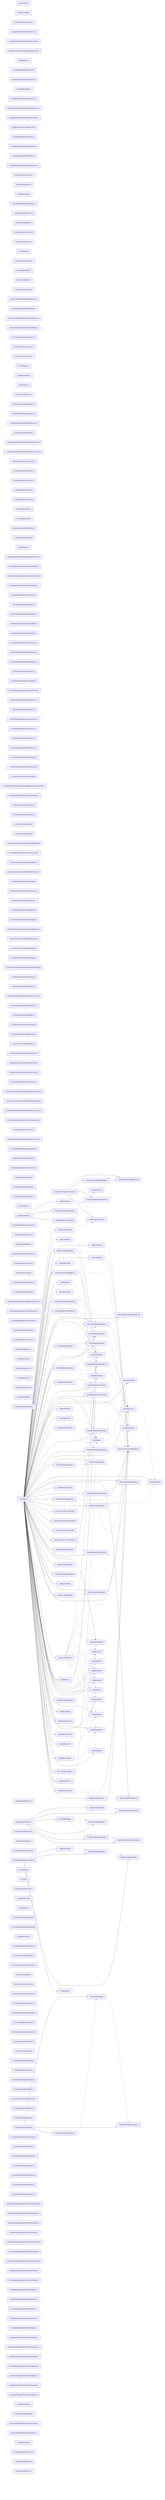
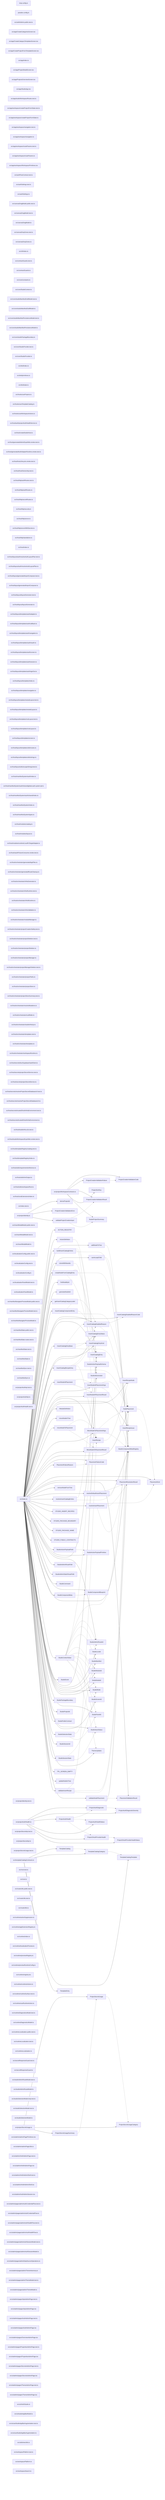
graph LR
  module_knip_config_ts["knip.config.ts"]
  module_paradox_config_ts["paradox.config.ts"]
  module_src_ankhAdmin_public_test_ts["src/ankhAdmin.public.test.ts"]
  module_src_app_CreateCategoriesScreen_tsx["src/app/CreateCategoriesScreen.tsx"]
  module_src_app_CreateCategoryTemplatesScreen_tsx["src/app/CreateCategoryTemplatesScreen.tsx"]
  module_src_app_CreateProjectFromTemplateScreen_tsx["src/app/CreateProjectFromTemplateScreen.tsx"]
  module_src_app_index_ts["src/app/index.ts"]
  module_src_app_ProjectDetailScreen_tsx["src/app/ProjectDetailScreen.tsx"]
  module_src_app_ProjectsOverviewScreen_tsx["src/app/ProjectsOverviewScreen.tsx"]
  module_src_app_StudioApp_tsx["src/app/StudioApp.tsx"]
  module_src_app_studioWorkspaceRoutes_test_ts["src/app/studioWorkspaceRoutes.test.ts"]
  module_src_app_workspace_createProjectFormState_test_ts["src/app/workspace/createProjectFormState.test.ts"]
  module_src_app_workspace_createProjectFormState_ts["src/app/workspace/createProjectFormState.ts"]
  module_src_app_workspace_navigation_test_ts["src/app/workspace/navigation.test.ts"]
  module_src_app_workspace_navigation_ts["src/app/workspace/navigation.ts"]
  module_src_app_workspace_routeParams_test_ts["src/app/workspace/routeParams.test.ts"]
  module_src_app_workspace_routeParams_ts["src/app/workspace/routeParams.ts"]
  module_src_app_workspace_WorkspacePrimitives_tsx["src/app/workspace/WorkspacePrimitives.tsx"]
  module_src_authFlowContract_test_ts["src/authFlowContract.test.ts"]
  module_src_authSettings_test_ts["src/authSettings.test.ts"]
  module_src_authSettings_ts["src/authSettings.ts"]
  module_src_canvasDragModel_public_test_ts["src/canvasDragModel.public.test.ts"]
  module_src_canvasDragModel_test_ts["src/canvasDragModel.test.ts"]
  module_src_canvasDragModel_ts["src/canvasDragModel.ts"]
  module_src_canvasDropZones_test_ts["src/canvasDropZones.test.ts"]
  module_src_canvasDropZones_ts["src/canvasDropZones.ts"]
  module_src_cli_index_ts["src/cli/index.ts"]
  module_src_contractGuards_test_ts["src/contractGuards.test.ts"]
  module_src_contractGuards_ts["src/contractGuards.ts"]
  module_src_core_constants_ts["src/core/constants.ts"]
  module_src_core_StudioContext_ts["src/core/StudioContext.ts"]
  module_src_core_studioManifestDraftModel_test_ts["src/core/studioManifestDraftModel.test.ts"]
  module_src_core_studioManifestDraftModel_ts["src/core/studioManifestDraftModel.ts"]
  module_src_core_studioManifestPersistenceModel_test_ts["src/core/studioManifestPersistenceModel.test.ts"]
  module_src_core_studioManifestPersistenceModel_ts["src/core/studioManifestPersistenceModel.ts"]
  module_src_core_studioPackageBoundary_ts["src/core/studioPackageBoundary.ts"]
  module_src_core_StudioProvider_test_ts["src/core/StudioProvider.test.ts"]
  module_src_core_StudioProvider_ts["src/core/StudioProvider.ts"]
  module_src_dnd_index_ts["src/dnd/index.ts"]
  module_src_dnd_primitives_ts["src/dnd/primitives.ts"]
  module_src_dnd_state_ts["src/dnd/state.ts"]
  module_src_hooks_useProjects_ts["src/hooks/useProjects.ts"]
  module_src_hooks_useTemplateCatalog_ts["src/hooks/useTemplateCatalog.ts"]
  module_src_hooks_useWorkspaceActions_ts["src/hooks/useWorkspaceActions.ts"]
  module_src_host_auth_projectAuthHealthService_ts["src/host/auth/projectAuthHealthService.ts"]
  module_src_host_createStudioHost_ts["src/host/createStudioHost.ts"]
  module_src_host_generatedAdminExpoWeb_smoke_test_ts["src/host/generatedAdminExpoWeb.smoke.test.ts"]
  module_src_host_generatedAuthAdapterRuntime_smoke_test_ts["src/host/generatedAuthAdapterRuntime.smoke.test.ts"]
  module_src_host_hostLifecycle_smoke_test_ts["src/host/hostLifecycle.smoke.test.ts"]
  module_src_host_hostOwnership_test_ts["src/host/hostOwnership.test.ts"]
  module_src_host_http_authRoutes_test_ts["src/host/http/authRoutes.test.ts"]
  module_src_host_http_authRoutes_ts["src/host/http/authRoutes.ts"]
  module_src_host_http_secretRoutes_ts["src/host/http/secretRoutes.ts"]
  module_src_host_http_security_ts["src/host/http/security.ts"]
  module_src_host_http_server_ts["src/host/http/server.ts"]
  module_src_host_http_serverWithSecrets_ts["src/host/http/serverWithSecrets.ts"]
  module_src_host_http_standalone_ts["src/host/http/standalone.ts"]
  module_src_host_index_ts["src/host/index.ts"]
  module_src_host_layout_auth_resolveAuthLayoutPlan_test_ts["src/host/layout/auth/resolveAuthLayoutPlan.test.ts"]
  module_src_host_layout_auth_resolveAuthLayoutPlan_ts["src/host/layout/auth/resolveAuthLayoutPlan.ts"]
  module_src_host_layout_generatedImportComposer_test_ts["src/host/layout/generatedImportComposer.test.ts"]
  module_src_host_layout_generatedImportComposer_ts["src/host/layout/generatedImportComposer.ts"]
  module_src_host_layout_layoutGenerator_test_ts["src/host/layout/layoutGenerator.test.ts"]
  module_src_host_layout_layoutGenerator_ts["src/host/layout/layoutGenerator.ts"]
  module_src_host_layout_templates_auth_adapter_ts["src/host/layout/templates/auth/adapter.ts"]
  module_src_host_layout_templates_auth_callback_ts["src/host/layout/templates/auth/callback.ts"]
+   module_src_host_layout_templates_auth_navigation_ts["src/host/layout/templates/auth/navigation.ts"]
  module_src_host_layout_templates_auth_oauth_ts["src/host/layout/templates/auth/oauth.ts"]
  module_src_host_layout_templates_auth_screen_ts["src/host/layout/templates/auth/screen.ts"]
  module_src_host_layout_templates_auth_session_ts["src/host/layout/templates/auth/session.ts"]
  module_src_host_layout_templates_auth_signOut_ts["src/host/layout/templates/auth/signOut.ts"]
  module_src_host_layout_templates_index_ts["src/host/layout/templates/index.ts"]
  module_src_host_layout_templates_navigation_ts["src/host/layout/templates/navigation.ts"]
  module_src_host_layout_templates_nestedLayout_test_ts["src/host/layout/templates/nestedLayout.test.ts"]
  module_src_host_layout_templates_nestedLayout_ts["src/host/layout/templates/nestedLayout.ts"]
-   module_src_host_layout_templates_redirect_ts["src/host/layout/templates/redirect.ts"]
  module_src_host_layout_templates_rootLayout_test_ts["src/host/layout/templates/rootLayout.test.ts"]
  module_src_host_layout_templates_rootLayout_ts["src/host/layout/templates/rootLayout.ts"]
  module_src_host_layout_templates_screen_ts["src/host/layout/templates/screen.ts"]
  module_src_host_layout_templates_utils_routes_ts["src/host/layout/templates/utils/routes.ts"]
  module_src_host_layout_templates_utils_strings_ts["src/host/layout/templates/utils/strings.ts"]
  module_src_host_layout_utils_escapeStringLiteral_ts["src/host/layout/utils/escapeStringLiteral.ts"]
  module_src_host_manifestSystem_auth_index_ts["src/host/manifestSystem/auth/index.ts"]
  module_src_host_manifestSystem_auth_shared_global_auth_system_tpl_ts["src/host/manifestSystem/auth/shared/global.auth.system.tpl.ts"]
  module_src_host_manifestSystem_auth_shared_index_ts["src/host/manifestSystem/auth/shared/index.ts"]
  module_src_host_manifestSystem_index_ts["src/host/manifestSystem/index.ts"]
  module_src_host_manifestSystem_types_ts["src/host/manifestSystem/types.ts"]
  module_src_host_modules_catalog_ts["src/host/modules/catalog.ts"]
  module_src_host_modules_layout_ts["src/host/modules/layout.ts"]
  module_src_host_modules_runtime_LocalFsTargetAdapter_ts["src/host/modules/runtime/LocalFsTargetAdapter.ts"]
  module_src_host_oauthFixtureConsumer_smoke_test_ts["src/host/oauthFixtureConsumer.smoke.test.ts"]
  module_src_host_orchestrator_generatedAppFiles_ts["src/host/orchestrator/generatedAppFiles.ts"]
  module_src_host_orchestrator_generatedRouteCleanup_ts["src/host/orchestrator/generatedRouteCleanup.ts"]
  module_src_host_orchestrator_infraGenerator_ts["src/host/orchestrator/infraGenerator.ts"]
  module_src_host_orchestrator_infraRuntime_test_ts["src/host/orchestrator/infraRuntime.test.ts"]
  module_src_host_orchestrator_infraRuntime_ts["src/host/orchestrator/infraRuntime.ts"]
  module_src_host_orchestrator_infraValidation_ts["src/host/orchestrator/infraValidation.ts"]
  module_src_host_orchestrator_moduleManager_ts["src/host/orchestrator/moduleManager.ts"]
  module_src_host_orchestrator_projectCreationSafety_test_ts["src/host/orchestrator/projectCreationSafety.test.ts"]
  module_src_host_orchestrator_projectDeletion_test_ts["src/host/orchestrator/projectDeletion.test.ts"]
  module_src_host_orchestrator_projectDeletion_ts["src/host/orchestrator/projectDeletion.ts"]
  module_src_host_orchestrator_projectManager_ts["src/host/orchestrator/projectManager.ts"]
  module_src_host_orchestrator_projectManagerDeletion_test_ts["src/host/orchestrator/projectManagerDeletion.test.ts"]
  module_src_host_orchestrator_projectPaths_ts["src/host/orchestrator/projectPaths.ts"]
  module_src_host_orchestrator_projectStore_ts["src/host/orchestrator/projectStore.ts"]
  module_src_host_orchestrator_projectStoreSummary_test_ts["src/host/orchestrator/projectStoreSummary.test.ts"]
  module_src_host_orchestrator_resolveMutations_ts["src/host/orchestrator/resolveMutations.ts"]
  module_src_host_orchestrator_scaffolder_ts["src/host/orchestrator/scaffolder.ts"]
  module_src_host_orchestrator_studioInfraUp_ts["src/host/orchestrator/studioInfraUp.ts"]
  module_src_host_orchestrator_templates_test_ts["src/host/orchestrator/templates.test.ts"]
  module_src_host_orchestrator_templates_ts["src/host/orchestrator/templates.ts"]
  module_src_host_orchestrator_workspaceRuntime_ts["src/host/orchestrator/workspaceRuntime.ts"]
  module_src_host_secrets_bunSupabaseVaultClient_ts["src/host/secrets/bunSupabaseVaultClient.ts"]
  module_src_host_secrets_projectSecretService_test_ts["src/host/secrets/projectSecretService.test.ts"]
  module_src_host_secrets_projectSecretService_ts["src/host/secrets/projectSecretService.ts"]
  module_src_host_secrets_resolveProjectSecretDatabaseUrl_test_ts["src/host/secrets/resolveProjectSecretDatabaseUrl.test.ts"]
  module_src_host_secrets_resolveProjectSecretDatabaseUrl_ts["src/host/secrets/resolveProjectSecretDatabaseUrl.ts"]
  module_src_host_secrets_trustedOAuthInfraEnvironment_test_ts["src/host/secrets/trustedOAuthInfraEnvironment.test.ts"]
  module_src_host_secrets_trustedOAuthInfraEnvironment_ts["src/host/secrets/trustedOAuthInfraEnvironment.ts"]
  module_src_host_studioInfra_e2e_test_ts["src/host/studioInfra.e2e.test.ts"]
  module_src_host_studioWorkspaceExpoWeb_smoke_test_ts["src/host/studioWorkspaceExpoWeb.smoke.test.ts"]
  module_src_host_templateRegistry_catalog_test_ts["src/host/templateRegistry/catalog.test.ts"]
  module_src_host_templateRegistry_index_ts["src/host/templateRegistry/index.ts"]
  module_src_host_utils_requirementsInference_ts["src/host/utils/requirementsInference.ts"]
  module_src_host_utils_trimOutput_ts["src/host/utils/trimOutput.ts"]
  module_src_host_utils_workspaceRoot_ts["src/host/utils/workspaceRoot.ts"]
  module_src_host_zoraExtensions_index_ts["src/host/zoraExtensions/index.ts"]
  module_src_index_test_ts["src/index.test.ts"]
  module_src_index_ts["src/index.ts"]
  module_src_insertModalModel_public_test_ts["src/insertModalModel.public.test.ts"]
  module_src_insertModalModel_test_ts["src/insertModalModel.test.ts"]
  module_src_insertModalModel_ts["src/insertModalModel.ts"]
  module_src_localizationConfig_public_test_ts["src/localizationConfig.public.test.ts"]
  module_src_localizationConfig_test_ts["src/localizationConfig.test.ts"]
  module_src_localizationConfig_ts["src/localizationConfig.ts"]
  module_src_localizationPanelModel_test_ts["src/localizationPanelModel.test.ts"]
  module_src_localizationPanelModel_ts["src/localizationPanelModel.ts"]
  module_src_manifestNavigatorPreviewModel_public_test_ts["src/manifestNavigatorPreviewModel.public.test.ts"]
  module_src_manifestNavigatorPreviewModel_test_ts["src/manifestNavigatorPreviewModel.test.ts"]
  module_src_manifestNavigatorPreviewModel_ts["src/manifestNavigatorPreviewModel.ts"]
  module_src_manifestState_public_test_ts["src/manifestState.public.test.ts"]
  module_src_manifestState_routes_test_ts["src/manifestState.routes.test.ts"]
  module_src_manifestState_test_ts["src/manifestState.test.ts"]
  module_src_manifestState_ts["src/manifestState.ts"]
  module_src_manifestSync_test_ts["src/manifestSync.test.ts"]
  module_src_manifestSync_ts["src/manifestSync.ts"]
  module_src_projectAuthApi_test_ts["src/projectAuthApi.test.ts"]
  module_src_projectAuthApi_ts["src/projectAuthApi.ts"]
  module_src_projectAuthHealth_test_ts["src/projectAuthHealth.test.ts"]
  module_src_projectAuthHealth_ts["src/projectAuthHealth.ts"]
  module_src_projectIdentity_test_ts["src/projectIdentity.test.ts"]
  module_src_projectIdentity_ts["src/projectIdentity.ts"]
  module_src_projectSecretApi_test_ts["src/projectSecretApi.test.ts"]
  module_src_projectSecretApi_ts["src/projectSecretApi.ts"]
  module_src_projectSecretUsage_test_ts["src/projectSecretUsage.test.ts"]
  module_src_projectSecretUsage_ts["src/projectSecretUsage.ts"]
  module_src_projectWorkspaceContracts_ts["src/projectWorkspaceContracts.ts"]
  module_src_root_test_ts["src/root.test.ts"]
  module_src_root_ts["src/root.ts"]
  module_src_routeUtils_public_test_ts["src/routeUtils.public.test.ts"]
  module_src_routeUtils_test_ts["src/routeUtils.test.ts"]
  module_src_routeUtils_ts["src/routeUtils.ts"]
  module_src_runtime_actionSuppression_ts["src/runtime/actionSuppression.ts"]
  module_src_runtime_appExtensionRegistry_ts["src/runtime/appExtensionRegistry.ts"]
  module_src_runtime_index_ts["src/runtime/index.ts"]
  module_src_runtime_localizationPreview_ts["src/runtime/localizationPreview.ts"]
  module_src_runtime_previewRegistry_ts["src/runtime/previewRegistry.ts"]
  module_src_runtime_previewRuntimeConfig_ts["src/runtime/previewRuntimeConfig.ts"]
  module_src_runtime_registry_tsx["src/runtime/registry.tsx"]
  module_src_runtime_runtimeActions_ts["src/runtime/runtimeActions.ts"]
  module_src_runtime_runtimeSurface_test_ts["src/runtime/runtimeSurface.test.ts"]
  module_src_runtime_useRuntimeAction_ts["src/runtime/useRuntimeAction.ts"]
  module_src_runtimeDiagnosticsModel_test_ts["src/runtimeDiagnosticsModel.test.ts"]
  module_src_runtimeDiagnosticsModel_ts["src/runtimeDiagnosticsModel.ts"]
  module_src_runtimeLocalization_public_test_ts["src/runtimeLocalization.public.test.ts"]
  module_src_runtimeLocalization_test_ts["src/runtimeLocalization.test.ts"]
  module_src_runtimeLocalization_ts["src/runtimeLocalization.ts"]
  module_src_secretResponseGuard_test_ts["src/secretResponseGuard.test.ts"]
  module_src_secretResponseGuard_ts["src/secretResponseGuard.ts"]
  module_src_studioAdminRouteModel_test_ts["src/studioAdminRouteModel.test.ts"]
  module_src_studioAdminRouteModel_ts["src/studioAdminRouteModel.ts"]
  module_src_studioSelectionModel_knip_test_ts["src/studioSelectionModel.knip.test.ts"]
  module_src_studioSelectionModel_test_ts["src/studioSelectionModel.test.ts"]
  module_src_studioSelectionModel_ts["src/studioSelectionModel.ts"]
  module_src_templateCatalogContracts_ts["src/templateCatalogContracts.ts"]
  module_src_ui_admin_adminPagePrimitives_tsx["src/ui/admin/adminPagePrimitives.tsx"]
  module_src_ui_admin_adminPageUtils_ts["src/ui/admin/adminPageUtils.ts"]
  module_src_ui_admin_AnkhAdminPage_test_ts["src/ui/admin/AnkhAdminPage.test.ts"]
  module_src_ui_admin_AnkhAdminPage_tsx["src/ui/admin/AnkhAdminPage.tsx"]
  module_src_ui_admin_AnkhAdminShell_test_ts["src/ui/admin/AnkhAdminShell.test.ts"]
  module_src_ui_admin_AnkhAdminShell_tsx["src/ui/admin/AnkhAdminShell.tsx"]
  module_src_ui_admin_AuthAdminSession_tsx["src/ui/admin/AuthAdminSession.tsx"]
  module_src_ui_admin_pages_adminAuthCredentialFlow_test_ts["src/ui/admin/pages/adminAuthCredentialFlow.test.ts"]
  module_src_ui_admin_pages_adminAuthCredentialFlow_ts["src/ui/admin/pages/adminAuthCredentialFlow.ts"]
  module_src_ui_admin_pages_adminAuthHealthFlow_test_ts["src/ui/admin/pages/adminAuthHealthFlow.test.ts"]
  module_src_ui_admin_pages_adminAuthHealthFlow_ts["src/ui/admin/pages/adminAuthHealthFlow.ts"]
  module_src_ui_admin_pages_adminAuthSessionModel_test_ts["src/ui/admin/pages/adminAuthSessionModel.test.ts"]
  module_src_ui_admin_pages_adminAuthSessionModel_ts["src/ui/admin/pages/adminAuthSessionModel.ts"]
  module_src_ui_admin_pages_adminDataSourceOperations_ts["src/ui/admin/pages/adminDataSourceOperations.ts"]
  module_src_ui_admin_pages_adminThemeHarmony_ts["src/ui/admin/pages/adminThemeHarmony.ts"]
  module_src_ui_admin_pages_adminThemeModel_test_ts["src/ui/admin/pages/adminThemeModel.test.ts"]
  module_src_ui_admin_pages_adminThemeModel_ts["src/ui/admin/pages/adminThemeModel.ts"]
  module_src_ui_admin_pages_ApisAdminPage_test_ts["src/ui/admin/pages/ApisAdminPage.test.ts"]
  module_src_ui_admin_pages_ApisAdminPage_tsx["src/ui/admin/pages/ApisAdminPage.tsx"]
  module_src_ui_admin_pages_AuthAdminPage_test_ts["src/ui/admin/pages/AuthAdminPage.test.ts"]
  module_src_ui_admin_pages_AuthAdminPage_tsx["src/ui/admin/pages/AuthAdminPage.tsx"]
  module_src_ui_admin_pages_OverviewAdminPage_tsx["src/ui/admin/pages/OverviewAdminPage.tsx"]
  module_src_ui_admin_pages_PropertiesAdminPage_test_ts["src/ui/admin/pages/PropertiesAdminPage.test.ts"]
  module_src_ui_admin_pages_PropertiesAdminPage_tsx["src/ui/admin/pages/PropertiesAdminPage.tsx"]
  module_src_ui_admin_pages_SecretsAdminPage_test_ts["src/ui/admin/pages/SecretsAdminPage.test.ts"]
  module_src_ui_admin_pages_SecretsAdminPage_tsx["src/ui/admin/pages/SecretsAdminPage.tsx"]
  module_src_ui_admin_pages_ThemeAdminPage_test_ts["src/ui/admin/pages/ThemeAdminPage.test.ts"]
  module_src_ui_admin_pages_ThemeAdminPage_tsx["src/ui/admin/pages/ThemeAdminPage.tsx"]
  module_src_ui_AnkhStudio_ts["src/ui/AnkhStudio.ts"]
  module_src_ui_studioAppBarModel_ts["src/ui/studioAppBarModel.ts"]
  module_src_ui_useStudioAppBarAugmentation_test_ts["src/ui/useStudioAppBarAugmentation.test.ts"]
  module_src_ui_useStudioAppBarAugmentation_ts["src/ui/useStudioAppBarAugmentation.ts"]
  module_src_utils_treeUtils_ts["src/utils/treeUtils.ts"]
  module_src_workspacePlatform_test_ts["src/workspacePlatform.test.ts"]
  module_src_workspacePlatform_ts["src/workspacePlatform.ts"]
  module_src_workspaceSearch_ts["src/workspaceSearch.ts"]
  export_ACTION_REGISTRY["ACTION_REGISTRY"]
  module_src_index_ts --> export_ACTION_REGISTRY
  export_ActionDefinition["ActionDefinition"]
  module_src_index_ts --> export_ActionDefinition
  export_ActionDefinition -.-> export_StudioActionPayloadSchema
  export_addNodeToTree["addNodeToTree"]
  module_src_index_ts --> export_addNodeToTree
  export_addNodeToTree -.-> export_StudioComponentMetaRegistry
  export_buildInsertCatalogEntries["buildInsertCatalogEntries"]
  module_src_index_ts --> export_buildInsertCatalogEntries
  export_buildInsertCatalogEntries -.-> export_InsertCatalogEntry
  export_buildInsertCatalogEntries -.-> export_InsertRecipe
  export_buildInsertCatalogEntries -.-> export_StudioComponentMetaRegistry
  export_canAcceptChild["canAcceptChild"]
  module_src_index_ts --> export_canAcceptChild
  export_canAcceptChild -.-> export_StudioComponentMetaRegistry
  export_cloneWithNewIds["cloneWithNewIds"]
  module_src_index_ts --> export_cloneWithNewIds
  export_cloneWithNewIds -.-> export_StudioIdGenerator
  export_createNodeFromCatalogEntry["createNodeFromCatalogEntry"]
  module_src_index_ts --> export_createNodeFromCatalogEntry
  export_createNodeFromCatalogEntry -.-> export_InsertCatalogEntry
  export_createNodeFromCatalogEntry -.-> export_StudioComponentMetaRegistry
  export_createNodeFromCatalogEntry -.-> export_StudioIdGenerator
  export_deriveProjectId["deriveProjectId"]
  module_src_projectIdentity_ts --> export_deriveProjectId
  export_findNodeById["findNodeById"]
  module_src_index_ts --> export_findNodeById
  export_generateStudioId["generateStudioId"]
  module_src_index_ts --> export_generateStudioId
  export_getInsertCatalogCategoryLabel["getInsertCatalogCategoryLabel"]
  module_src_index_ts --> export_getInsertCatalogCategoryLabel
  export_InsertCatalogComponentEntry["InsertCatalogComponentEntry"]
  module_src_index_ts --> export_InsertCatalogComponentEntry
  export_InsertCatalogComponentEntry -.-> export_InsertCatalogDisabledReason
  export_InsertCatalogComponentEntry -.-> export_InsertCatalogEntryStatus
  export_InsertCatalogComponentEntry -.-> export_NodePlacement
  export_InsertCatalogDisabledReason["InsertCatalogDisabledReason"]
  module_src_index_ts --> export_InsertCatalogDisabledReason
  export_InsertCatalogDisabledReason -.-> export_InsertCatalogDisabledReasonCode
  export_InsertCatalogDisabledReason -.-> export_InsertRecipeIssue
  export_InsertCatalogDisabledReasonCode["InsertCatalogDisabledReasonCode"]
  module_src_index_ts --> export_InsertCatalogDisabledReasonCode
  export_InsertCatalogEntry["InsertCatalogEntry"]
  module_src_index_ts --> export_InsertCatalogEntry
  export_InsertCatalogEntryBase["InsertCatalogEntryBase"]
  module_src_index_ts --> export_InsertCatalogEntryBase
  export_InsertCatalogEntryBase -.-> export_InsertCatalogDisabledReason
  export_InsertCatalogEntryBase -.-> export_InsertCatalogEntryKind
  export_InsertCatalogEntryBase -.-> export_InsertCatalogEntryStatus
  export_InsertCatalogEntryBase -.-> export_NodePlacement
  export_InsertCatalogEntryKind["InsertCatalogEntryKind"]
  module_src_index_ts --> export_InsertCatalogEntryKind
  export_InsertCatalogEntryStatus["InsertCatalogEntryStatus"]
  module_src_index_ts --> export_InsertCatalogEntryStatus
  export_InsertCatalogRecipeEntry["InsertCatalogRecipeEntry"]
  module_src_index_ts --> export_InsertCatalogRecipeEntry
  export_InsertCatalogRecipeEntry -.-> export_InsertCatalogDisabledReason
  export_InsertCatalogRecipeEntry -.-> export_InsertCatalogEntryStatus
  export_InsertCatalogRecipeEntry -.-> export_InsertRecipe
  export_InsertCatalogRecipeEntry -.-> export_NodePlacement
  export_insertNodeAtPlacement["insertNodeAtPlacement"]
  module_src_index_ts --> export_insertNodeAtPlacement
  export_insertNodeAtPlacement -.-> export_InsertNodeAtPlacementArgs
  export_insertNodeAtPlacement -.-> export_InsertNodeAtPlacementResult
  export_InsertNodeAtPlacementArgs["InsertNodeAtPlacementArgs"]
  module_src_index_ts --> export_InsertNodeAtPlacementArgs
  export_InsertNodeAtPlacementArgs -.-> export_NodePlacement
  export_InsertNodeAtPlacementArgs -.-> export_StudioComponentMetaRegistry
  export_InsertNodeAtPlacementResult["InsertNodeAtPlacementResult"]
  module_src_index_ts --> export_InsertNodeAtPlacementResult
  export_InsertRecipe["InsertRecipe"]
  module_src_index_ts --> export_InsertRecipe
  export_InsertRecipe -.-> export_InsertRecipeNode
  export_InsertRecipeIssue["InsertRecipeIssue"]
  module_src_index_ts --> export_InsertRecipeIssue
  export_InsertRecipeNode["InsertRecipeNode"]
  module_src_index_ts --> export_InsertRecipeNode
  export_ModuleDefinition["ModuleDefinition"]
  module_src_index_ts --> export_ModuleDefinition
  export_moveNodeInTree["moveNodeInTree"]
  module_src_index_ts --> export_moveNodeInTree
  export_moveNodeToPlacement["moveNodeToPlacement"]
  module_src_index_ts --> export_moveNodeToPlacement
  export_moveNodeToPlacement -.-> export_MoveNodeToPlacementArgs
  export_moveNodeToPlacement -.-> export_MoveNodeToPlacementResult
  export_MoveNodeToPlacementArgs["MoveNodeToPlacementArgs"]
  module_src_index_ts --> export_MoveNodeToPlacementArgs
  export_MoveNodeToPlacementArgs -.-> export_NodePlacement
  export_MoveNodeToPlacementArgs -.-> export_StudioComponentMetaRegistry
  export_MoveNodeToPlacementResult["MoveNodeToPlacementResult"]
  module_src_index_ts --> export_MoveNodeToPlacementResult
  export_NodePlacement["NodePlacement"]
  module_src_index_ts --> export_NodePlacement
  export_NodePlacement -.-> export_PlacementKind
  export_PlacementFailureCode["PlacementFailureCode"]
  module_src_index_ts --> export_PlacementFailureCode
  export_PlacementFailureReason["PlacementFailureReason"]
  module_src_index_ts --> export_PlacementFailureReason
  export_PlacementFailureReason -.-> export_PlacementFailureCode
  export_PlacementKind["PlacementKind"]
  module_src_index_ts --> export_PlacementKind
  export_PlacementResolutionResult["PlacementResolutionResult"]
  module_src_index_ts --> export_PlacementResolutionResult
  export_PlacementValidationResult["PlacementValidationResult"]
  module_src_index_ts --> export_PlacementValidationResult
  export_ProjectAuthDiagnostic["ProjectAuthDiagnostic"]
  module_src_projectAuthHealth_ts --> export_ProjectAuthDiagnostic
  export_ProjectAuthDiagnostic -.-> export_ProjectAuthDiagnosticSeverity
  export_ProjectAuthDiagnosticSeverity["ProjectAuthDiagnosticSeverity"]
  module_src_projectAuthHealth_ts --> export_ProjectAuthDiagnosticSeverity
  export_ProjectAuthHealth["ProjectAuthHealth"]
  module_src_projectAuthHealth_ts --> export_ProjectAuthHealth
  export_ProjectAuthHealth -.-> export_ProjectAuthDiagnostic
  export_ProjectAuthHealth -.-> export_ProjectAuthHealthStatus
  export_ProjectAuthHealth -.-> export_ProjectOAuthProviderHealth
  export_ProjectAuthHealthStatus["ProjectAuthHealthStatus"]
  module_src_projectAuthHealth_ts --> export_ProjectAuthHealthStatus
  export_ProjectCreationValidationCode["ProjectCreationValidationCode"]
  module_src_projectWorkspaceContracts_ts --> export_ProjectCreationValidationCode
  export_ProjectCreationValidationError["ProjectCreationValidationError"]
  module_src_projectIdentity_ts --> export_ProjectCreationValidationError
  export_ProjectCreationValidationFailure["ProjectCreationValidationFailure"]
  module_src_projectWorkspaceContracts_ts --> export_ProjectCreationValidationFailure
  export_ProjectCreationValidationFailure -.-> export_ProjectCreationValidationCode
  export_ProjectCreationValidationResult["ProjectCreationValidationResult"]
  module_src_projectWorkspaceContracts_ts --> export_ProjectCreationValidationResult
  export_ProjectOAuthProviderHealth["ProjectOAuthProviderHealth"]
  module_src_projectAuthHealth_ts --> export_ProjectOAuthProviderHealth
  export_ProjectOAuthProviderHealth -.-> export_ProjectOAuthProviderHealthStatus
  export_ProjectOAuthProviderHealthStatus["ProjectOAuthProviderHealthStatus"]
  module_src_projectAuthHealth_ts --> export_ProjectOAuthProviderHealthStatus
  export_ProjectSecretUsage["ProjectSecretUsage"]
  module_src_projectSecretUsage_ts --> export_ProjectSecretUsage
  export_ProjectSecretUsage -.-> export_ProjectSecretUsageCategory
  export_ProjectSecretUsageCategory["ProjectSecretUsageCategory"]
  module_src_projectSecretUsage_ts --> export_ProjectSecretUsageCategory
  export_ProjectSecretUsageSummary["ProjectSecretUsageSummary"]
  module_src_projectSecretUsage_ts --> export_ProjectSecretUsageSummary
  export_ProjectSecretUsageSummary -.-> export_ProjectSecretUsage
  export_ProjectSortKey["ProjectSortKey"]
  module_src_projectWorkspaceContracts_ts --> export_ProjectSortKey
  export_removeNodeFromTree["removeNodeFromTree"]
  module_src_index_ts --> export_removeNodeFromTree
  export_resolveDefaultInsertPlacement["resolveDefaultInsertPlacement"]
  module_src_index_ts --> export_resolveDefaultInsertPlacement
  export_resolveDefaultInsertPlacement -.-> export_PlacementResolutionResult
  export_resolveDefaultInsertPlacement -.-> export_StudioComponentMetaRegistry
  export_resolveInsertCatalogEntries["resolveInsertCatalogEntries"]
  module_src_index_ts --> export_resolveInsertCatalogEntries
  export_resolveInsertCatalogEntries -.-> export_InsertCatalogEntry
  export_resolveInsertCatalogEntries -.-> export_StudioComponentMetaRegistry
  export_resolveInsertPlacement["resolveInsertPlacement"]
  module_src_index_ts --> export_resolveInsertPlacement
  export_resolveInsertPlacement -.-> export_PlacementKind
  export_resolveInsertPlacement -.-> export_PlacementResolutionResult
  export_resolveInsertPlacement -.-> export_StudioComponentMetaRegistry
  export_STUDIO_INSERT_RECIPES["STUDIO_INSERT_RECIPES"]
  module_src_index_ts --> export_STUDIO_INSERT_RECIPES
  export_STUDIO_PACKAGE_BOUNDARY["STUDIO_PACKAGE_BOUNDARY"]
  module_src_index_ts --> export_STUDIO_PACKAGE_BOUNDARY
  export_STUDIO_PACKAGE_NAME["STUDIO_PACKAGE_NAME"]
  module_src_index_ts --> export_STUDIO_PACKAGE_NAME
  export_STUDIO_PUBLIC_CONTRACTS["STUDIO_PUBLIC_CONTRACTS"]
  module_src_index_ts --> export_STUDIO_PUBLIC_CONTRACTS
  export_StudioActionPayloadField["StudioActionPayloadField"]
  module_src_index_ts --> export_StudioActionPayloadField
  export_StudioActionPayloadField -.-> export_StudioActionPayloadPrimitive
  export_StudioActionPayloadPrimitive["StudioActionPayloadPrimitive"]
  module_src_index_ts --> export_StudioActionPayloadPrimitive
  export_StudioActionPayloadSchema["StudioActionPayloadSchema"]
  module_src_index_ts --> export_StudioActionPayloadSchema
  export_StudioAdminRouteId["StudioAdminRouteId"]
  module_src_index_ts --> export_StudioAdminRouteId
  export_StudioAdminRoutePath["StudioAdminRoutePath"]
  module_src_index_ts --> export_StudioAdminRoutePath
  export_StudioAdminStaticRoutePath["StudioAdminStaticRoutePath"]
  module_src_index_ts --> export_StudioAdminStaticRoutePath
  export_StudioCommand["StudioCommand"]
  module_src_index_ts --> export_StudioCommand
  export_StudioComponentBlueprint["StudioComponentBlueprint"]
  module_src_index_ts --> export_StudioComponentBlueprint
  export_StudioComponentMeta["StudioComponentMeta"]
  module_src_index_ts --> export_StudioComponentMeta
  export_StudioComponentMeta -.-> export_StudioComponentBlueprint
  export_StudioComponentMetaRegistry["StudioComponentMetaRegistry"]
  module_src_index_ts --> export_StudioComponentMetaRegistry
  export_StudioContextValue["StudioContextValue"]
  module_src_index_ts --> export_StudioContextValue
  export_StudioContextValue -.-> export_InsertCatalogEntry
  export_StudioContextValue -.-> export_NodePlacement
  export_StudioContextValue -.-> export_StudioAdminRouteId
  export_StudioContextValue -.-> export_StudioLocale
  export_StudioContextValue -.-> export_StudioManifest
  export_StudioContextValue -.-> export_StudioMode
  export_StudioContextValue -.-> export_StudioModuleId
  export_StudioContextValue -.-> export_StudioNodeId
  export_StudioContextValue -.-> export_StudioPanelId
  export_StudioContextValue -.-> export_StudioSaveStatus
  export_StudioContextValue -.-> export_StudioScreenId
  export_StudioContextValue -.-> export_ThemeUpdates
  export_StudioEvent["StudioEvent"]
  module_src_index_ts --> export_StudioEvent
  export_StudioIdGenerator["StudioIdGenerator"]
  module_src_index_ts --> export_StudioIdGenerator
  export_StudioLocale["StudioLocale"]
  module_src_index_ts --> export_StudioLocale
  export_StudioManifest["StudioManifest"]
  module_src_index_ts --> export_StudioManifest
  export_StudioMode["StudioMode"]
  module_src_index_ts --> export_StudioMode
  export_StudioModuleId["StudioModuleId"]
  module_src_index_ts --> export_StudioModuleId
  export_StudioNodeId["StudioNodeId"]
  module_src_index_ts --> export_StudioNodeId
  export_StudioPackageBoundary["StudioPackageBoundary"]
  module_src_index_ts --> export_StudioPackageBoundary
  export_StudioPanelId["StudioPanelId"]
  module_src_index_ts --> export_StudioPanelId
  export_StudioProjectId["StudioProjectId"]
  module_src_index_ts --> export_StudioProjectId
  export_StudioProjectSummary["StudioProjectSummary"]
  module_src_projectWorkspaceContracts_ts --> export_StudioProjectSummary
  export_StudioPublicContract["StudioPublicContract"]
  module_src_index_ts --> export_StudioPublicContract
  export_StudioSaveStatus["StudioSaveStatus"]
  module_src_index_ts --> export_StudioSaveStatus
  export_StudioScreenId["StudioScreenId"]
  module_src_index_ts --> export_StudioScreenId
  export_StudioSelectionState["StudioSelectionState"]
  module_src_index_ts --> export_StudioSelectionState
  export_StudioSelectionState -.-> export_StudioAdminRouteId
  export_StudioSelectionState -.-> export_StudioPanelId
  export_StudioSessionId["StudioSessionId"]
  module_src_index_ts --> export_StudioSessionId
  export_StudioSessionState["StudioSessionState"]
  module_src_index_ts --> export_StudioSessionState
  export_StudioSessionState -.-> export_StudioMode
  export_StudioSessionState -.-> export_StudioSaveStatus
  export_TemplateCatalog["TemplateCatalog"]
  module_src_templateCatalogContracts_ts --> export_TemplateCatalog
  export_TemplateCatalog -.-> export_TemplateCatalogCategory
  export_TemplateCatalogCategory["TemplateCatalogCategory"]
  module_src_templateCatalogContracts_ts --> export_TemplateCatalogCategory
  export_TemplateCatalogCategory -.-> export_TemplateCatalogTemplate
  export_TemplateCatalogTemplate["TemplateCatalogTemplate"]
  module_src_templateCatalogContracts_ts --> export_TemplateCatalogTemplate
  export_TemplateEntry["TemplateEntry"]
  module_src_templateCatalogContracts_ts --> export_TemplateEntry
  export_ThemeUpdates["ThemeUpdates"]
  module_src_index_ts --> export_ThemeUpdates
  export_TPL_SCREEN_EMPTY["TPL_SCREEN_EMPTY"]
  module_src_index_ts --> export_TPL_SCREEN_EMPTY
  export_updateNodeInTree["updateNodeInTree"]
  module_src_index_ts --> export_updateNodeInTree
  export_validateInsertRecipe["validateInsertRecipe"]
  module_src_index_ts --> export_validateInsertRecipe
  export_validateInsertRecipe -.-> export_InsertRecipe
  export_validateInsertRecipe -.-> export_InsertRecipeIssue
  export_validateInsertRecipe -.-> export_StudioComponentMetaRegistry
  export_validateNodePlacement["validateNodePlacement"]
  module_src_index_ts --> export_validateNodePlacement
  export_validateNodePlacement -.-> export_NodePlacement
  export_validateNodePlacement -.-> export_PlacementValidationResult
  export_validateNodePlacement -.-> export_StudioComponentMetaRegistry
  export_validateProjectCreationInput["validateProjectCreationInput"]
  module_src_projectIdentity_ts --> export_validateProjectCreationInput
  export_validateProjectCreationInput -.-> export_ProjectCreationValidationResult
  export_validateProjectCreationInput -.-> export_StudioProjectSummary
